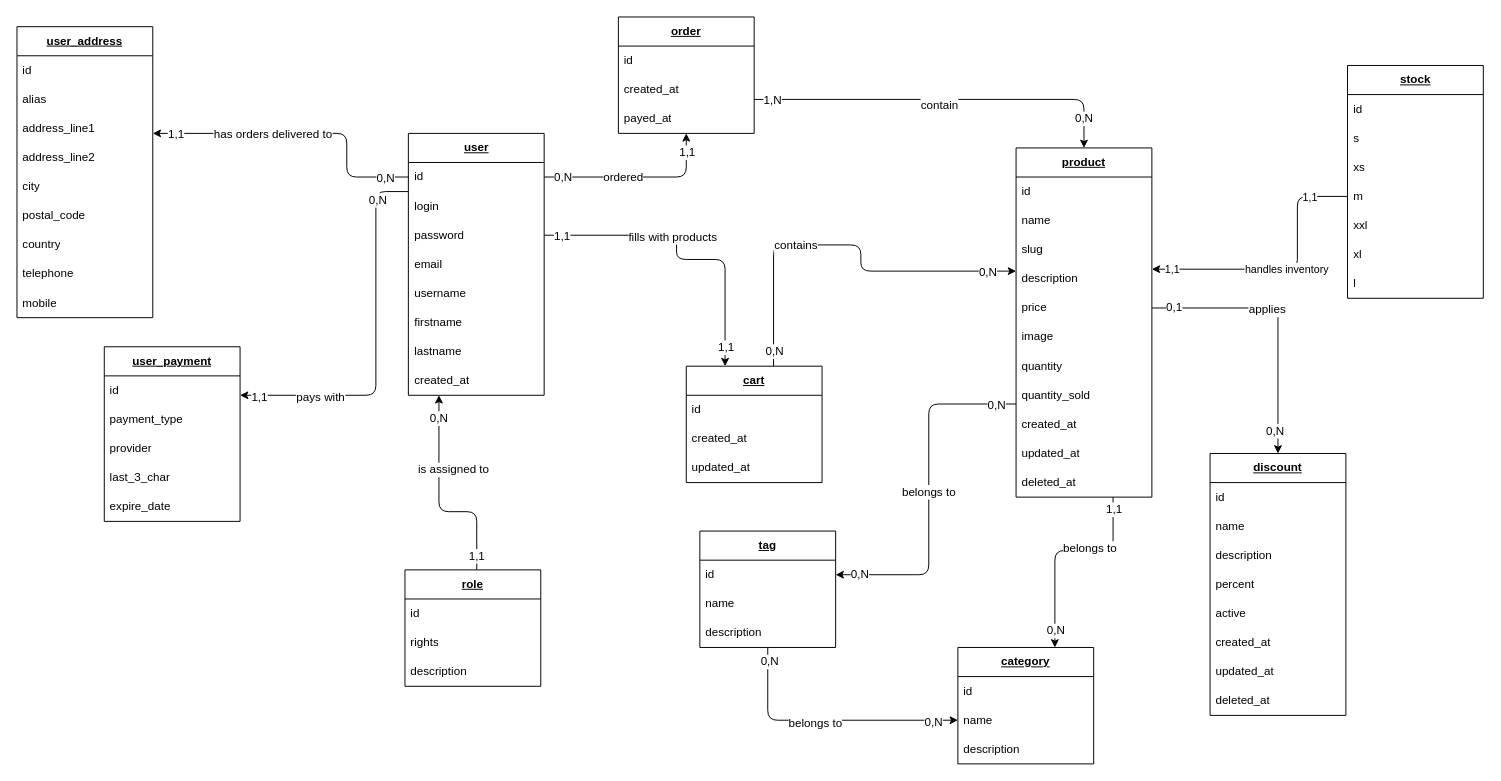
The draw.io diagram resources/mcd.drawio in felix-hauger/boutique-en-ligne, before the edit. Source tidied: cells renumbered, new cells numbered last; positions are measured from the earlier drawing's top-left corner, leaving out a move shared by most shapes. Both pictures are drawn from the tidied source at 97%, with x=0, y=0 at pixel (16, 16).
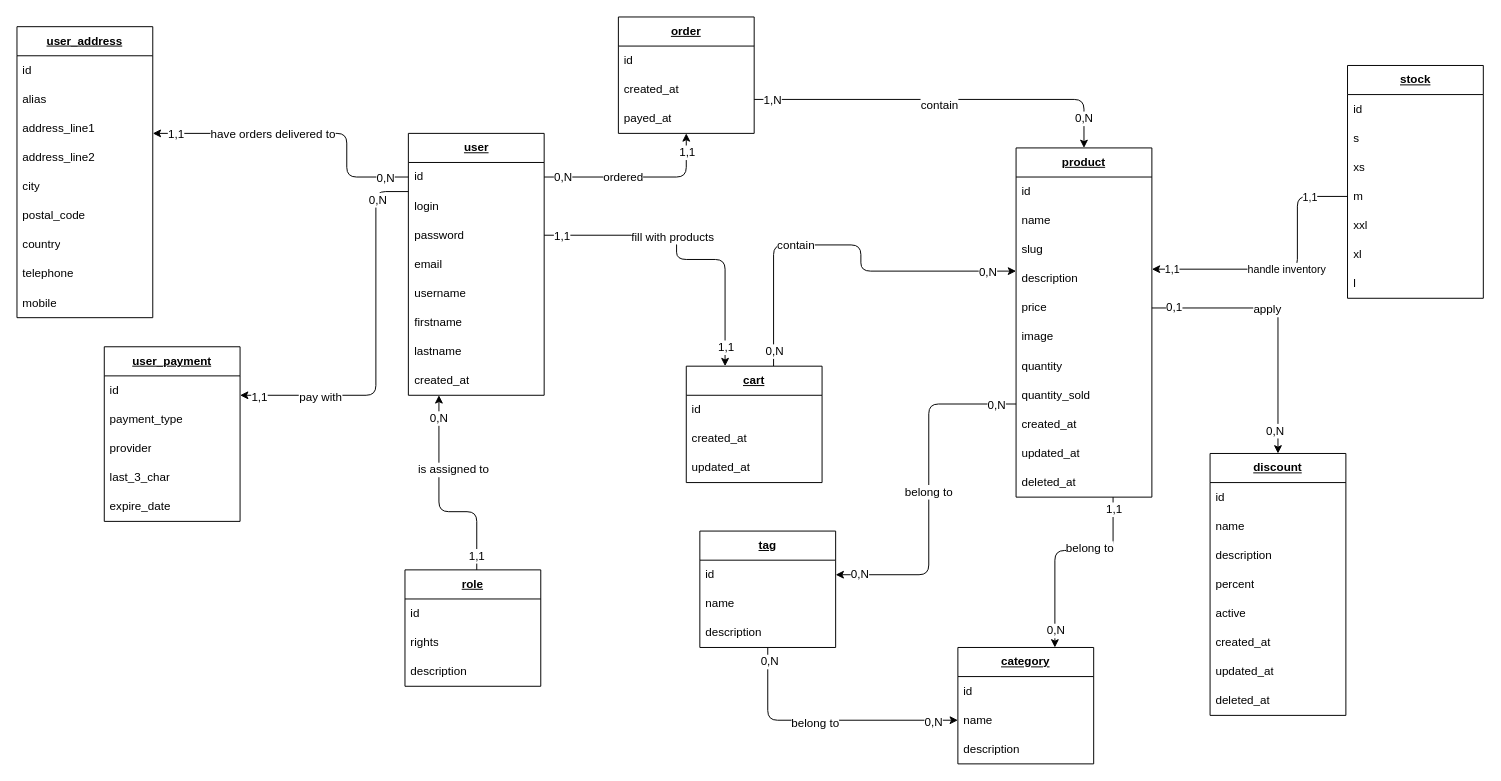
After the change.

Commit message:
Change some mcd verbs to infinitive

The change refers to these unchanged cells:
```xml
<mxCell id="2" style="edgeStyle=orthogonalEdgeStyle;rounded=1;html=1;strokeColor=default;fontSize=12;" parent="1" edge="1" source="10" target="27">
  <mxGeometry relative="1" as="geometry">
    <Array as="points">
      <mxPoint x="680" y="225" />
      <mxPoint x="680" y="250" />
      <mxPoint x="730" y="250" />
    </Array>
  </mxGeometry>
</mxCell>
<mxCell id="23" style="edgeStyle=orthogonalEdgeStyle;rounded=1;html=1;strokeColor=default;fontSize=12;" parent="1" edge="1" source="27" target="89">
  <mxGeometry relative="1" as="geometry">
    <Array as="points">
      <mxPoint x="780" y="235" />
      <mxPoint x="870" y="235" />
      <mxPoint x="870" y="262" />
    </Array>
  </mxGeometry>
</mxCell>
<mxCell id="43" value="&lt;b&gt;&lt;u&gt;tag&lt;br&gt;&lt;/u&gt;&lt;/b&gt;" style="swimlane;fontStyle=0;horizontal=1;startSize=30;whiteSpace=wrap;html=1;" parent="42" vertex="1">
  <mxGeometry y="30" width="140" height="120" as="geometry" />
</mxCell>
<mxCell id="47" style="edgeStyle=orthogonalEdgeStyle;rounded=1;html=1;strokeColor=default;entryX=0;entryY=0.5;entryDx=0;entryDy=0;" parent="1" edge="1" source="43" target="39">
  <mxGeometry relative="1" as="geometry" />
</mxCell>
<mxCell id="51" style="edgeStyle=orthogonalEdgeStyle;rounded=1;html=1;strokeColor=default;" parent="1" edge="1" source="89" target="37">
  <mxGeometry relative="1" as="geometry">
    <Array as="points">
      <mxPoint x="1130" y="550" />
      <mxPoint x="1070" y="550" />
    </Array>
  </mxGeometry>
</mxCell>
<mxCell id="81" style="edgeStyle=orthogonalEdgeStyle;html=1;" parent="1" edge="1" source="11" target="65">
  <mxGeometry relative="1" as="geometry">
    <Array as="points">
      <mxPoint x="340" y="165" />
      <mxPoint x="340" y="120" />
    </Array>
  </mxGeometry>
</mxCell>
<mxCell id="85" style="edgeStyle=orthogonalEdgeStyle;html=1;fontSize=12;" parent="1" edge="1" source="11" target="75">
  <mxGeometry relative="1" as="geometry">
    <Array as="points">
      <mxPoint x="370" y="180" />
      <mxPoint x="370" y="390" />
    </Array>
  </mxGeometry>
</mxCell>
<mxCell id="89" value="&lt;b&gt;&lt;u&gt;product&lt;/u&gt;&lt;/b&gt;" style="swimlane;fontStyle=0;horizontal=1;startSize=30;whiteSpace=wrap;html=1;" parent="1" vertex="1">
  <mxGeometry x="1030" y="135" width="140" height="360" as="geometry" />
</mxCell>
<mxCell id="110" style="edgeStyle=orthogonalEdgeStyle;html=1;" parent="1" edge="1" source="94" target="101">
  <mxGeometry relative="1" as="geometry" />
</mxCell>
<mxCell id="117" value="&lt;b&gt;&lt;u&gt;stock&lt;/u&gt;&lt;/b&gt;" style="swimlane;fontStyle=0;horizontal=1;startSize=30;whiteSpace=wrap;html=1;" parent="1" vertex="1">
  <mxGeometry x="1371.7" y="50" width="140" height="240" as="geometry" />
</mxCell>
```

Change to the diagram source:
```diff
@@
-    <mxCell id="3" value="fills with products" style="edgeLabel;html=1;align=center;verticalAlign=middle;fontSize=12;" parent="2" vertex="1">
+    <mxCell id="3" value="fill with products" style="edgeLabel;html=1;align=center;verticalAlign=middle;fontSize=12;" parent="2" vertex="1">
       <mxGeometry x="-0.18" y="-1" relative="1" as="geometry" />
     </mxCell>
@@
-    <mxCell id="24" value="contains" style="edgeLabel;html=1;align=center;verticalAlign=middle;fontSize=12;" parent="23" vertex="1">
+    <mxCell id="24" value="contain" style="edgeLabel;html=1;align=center;verticalAlign=middle;fontSize=12;" parent="23" vertex="1">
       <mxGeometry x="-0.27" relative="1" as="geometry" />
     </mxCell>
@@
-    <mxCell id="48" value="&lt;font style=&quot;font-size: 12px;&quot;&gt;belongs to&lt;/font&gt;" style="edgeLabel;html=1;align=center;verticalAlign=middle;" parent="47" vertex="1">
+    <mxCell id="48" value="&lt;font style=&quot;font-size: 12px;&quot;&gt;belong to&lt;/font&gt;" style="edgeLabel;html=1;align=center;verticalAlign=middle;" parent="47" vertex="1">
       <mxGeometry x="-0.09" y="-2" relative="1" as="geometry" />
     </mxCell>
@@
-    <mxCell id="52" value="&lt;font style=&quot;font-size: 12px;&quot;&gt;belongs to&lt;/font&gt;" style="edgeLabel;html=1;align=center;verticalAlign=middle;" parent="51" vertex="1">
+    <mxCell id="52" value="&lt;font style=&quot;font-size: 12px;&quot;&gt;belong to&lt;/font&gt;" style="edgeLabel;html=1;align=center;verticalAlign=middle;" parent="51" vertex="1">
       <mxGeometry x="-0.26" y="-3" relative="1" as="geometry" />
     </mxCell>
@@
-    <mxCell id="62" value="&lt;font style=&quot;font-size: 12px;&quot;&gt;belongs to&lt;/font&gt;" style="edgeStyle=orthogonalEdgeStyle;rounded=1;html=1;strokeColor=default;" parent="1" edge="1" source="89" target="43">
+    <mxCell id="62" value="&lt;font style=&quot;font-size: 12px;&quot;&gt;belong to&lt;/font&gt;" style="edgeStyle=orthogonalEdgeStyle;rounded=1;html=1;strokeColor=default;" parent="1" edge="1" source="89" target="43">
       <mxGeometry relative="1" as="geometry">
         <Array as="points">
           <mxPoint x="1080" y="399" />
           <mxPoint x="940" y="399" />
           <mxPoint x="940" y="575" />
         </Array>
       </mxGeometry>
     </mxCell>
@@
-    <mxCell id="82" value="&lt;font style=&quot;font-size: 12px;&quot;&gt;has orders delivered to&lt;/font&gt;" style="edgeLabel;html=1;align=center;verticalAlign=middle;" parent="81" vertex="1">
+    <mxCell id="82" value="&lt;font style=&quot;font-size: 12px;&quot;&gt;have orders delivered to&lt;/font&gt;" style="edgeLabel;html=1;align=center;verticalAlign=middle;" parent="81" vertex="1">
       <mxGeometry x="0.45" y="2" relative="1" as="geometry">
         <mxPoint x="39" y="-2" as="offset" />
       </mxGeometry>
     </mxCell>
@@
-    <mxCell id="86" value="pays with" style="edgeLabel;html=1;align=center;verticalAlign=middle;fontSize=12;" parent="85" vertex="1">
+    <mxCell id="86" value="pay with" style="edgeLabel;html=1;align=center;verticalAlign=middle;fontSize=12;" parent="85" vertex="1">
       <mxGeometry x="0.57" y="3" relative="1" as="geometry">
         <mxPoint y="-2" as="offset" />
       </mxGeometry>
     </mxCell>
@@
-    <mxCell id="111" value="&lt;font style=&quot;font-size: 12px;&quot;&gt;applies&lt;/font&gt;" style="edgeLabel;html=1;align=center;verticalAlign=middle;" parent="110" vertex="1">
+    <mxCell id="111" value="&lt;font style=&quot;font-size: 12px;&quot;&gt;apply&lt;/font&gt;" style="edgeLabel;html=1;align=center;verticalAlign=middle;" parent="110" vertex="1">
       <mxGeometry x="-0.16" y="-1" relative="1" as="geometry" />
     </mxCell>
@@
-    <mxCell id="114" value="handles inventory" style="edgeStyle=orthogonalEdgeStyle;html=1;" parent="1" edge="1" source="117" target="89">
+    <mxCell id="114" value="handle inventory" style="edgeStyle=orthogonalEdgeStyle;html=1;" parent="1" edge="1" source="117" target="89">
       <mxGeometry relative="1" as="geometry">
         <Array as="points">
           <mxPoint x="1320" y="185" />
           <mxPoint x="1320" y="260" />
         </Array>
       </mxGeometry>
     </mxCell>
```
